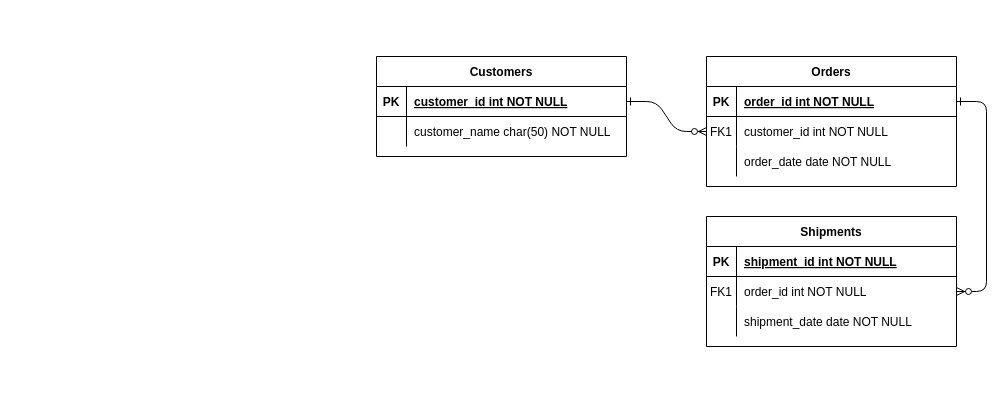
typhooncode-library-administration/1.organization-documentation-wiki keeps this draw.io diagram as ERM_Bibliotheksverwaltung.drawio. Above is the earlier version. Source tidied: cells renumbered, new cells numbered last; positions are measured from the earlier drawing's top-left corner, leaving out a move shared by most shapes. Both pictures are drawn from the tidied source at 100%, with x=0, y=0 at pixel (376, 56).
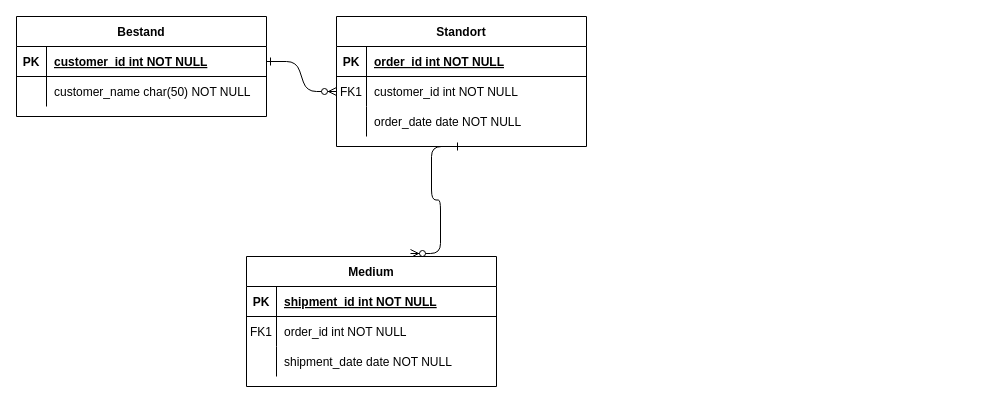
Above is the later version.

Unchanged cells that the change refers to:
```xml
<mxCell id="5" style="shape=partialRectangle;fillColor=none;points=[[0,0.5],[1,0.5]];portConstraint=eastwest;top=0;left=0;right=0;bottom=1;" parent="4" vertex="1">
  <mxGeometry y="30" width="250" height="30" as="geometry" />
</mxCell>
<mxCell id="18" style="shape=partialRectangle;fillColor=none;points=[[0,0.5],[1,0.5]];portConstraint=eastwest;top=0;left=0;right=0;bottom=0;" parent="14" vertex="1">
  <mxGeometry y="60" width="250" height="30" as="geometry" />
</mxCell>
```

Change to the diagram source:
```diff
@@
-    <mxCell id="3" style="edgeStyle=entityRelationEdgeStyle;endArrow=ERzeroToMany;startArrow=ERone;endFill=1;startFill=0;" parent="1" edge="1" source="5" target="18">
+    <mxCell id="3" style="edgeStyle=entityRelationEdgeStyle;endArrow=ERzeroToMany;startArrow=ERone;endFill=1;startFill=0;exitX=0.5;exitY=1;exitDx=0;exitDy=0;entryX=0.656;entryY=-0.023;entryDx=0;entryDy=0;entryPerimeter=0;" parent="1" edge="1" source="4" target="14">
       <mxGeometry relative="1" as="geometry" />
     </mxCell>
-    <mxCell id="4" value="Orders" style="shape=table;startSize=30;childLayout=tableLayout;rowLines=0;fontStyle=1;align=center;" parent="1" vertex="1">
-      <mxGeometry x="330" width="250" height="130" as="geometry" />
+    <mxCell id="4" value="Standort" style="shape=table;startSize=30;childLayout=tableLayout;rowLines=0;fontStyle=1;align=center;" parent="1" vertex="1">
+      <mxGeometry x="-40" y="-40" width="250" height="130" as="geometry" />
     </mxCell>
@@
-    <mxCell id="14" value="Shipments" style="shape=table;startSize=30;childLayout=tableLayout;rowLines=0;fontStyle=1;align=center;" parent="1" vertex="1">
-      <mxGeometry x="330" y="160" width="250" height="130" as="geometry" />
+    <mxCell id="14" value="Medium" style="shape=table;startSize=30;childLayout=tableLayout;rowLines=0;fontStyle=1;align=center;" parent="1" vertex="1">
+      <mxGeometry x="-130" y="200" width="250" height="130" as="geometry" />
     </mxCell>
@@
-    <mxCell id="24" value="Customers" style="shape=table;startSize=30;childLayout=tableLayout;rowLines=0;fontStyle=1;align=center;" parent="1" vertex="1">
-      <mxGeometry width="250" height="100" as="geometry" />
+    <mxCell id="24" value="Bestand" style="shape=table;startSize=30;childLayout=tableLayout;rowLines=0;fontStyle=1;align=center;" parent="1" vertex="1">
+      <mxGeometry x="-360" y="-40" width="250" height="100" as="geometry" />
     </mxCell>
```
